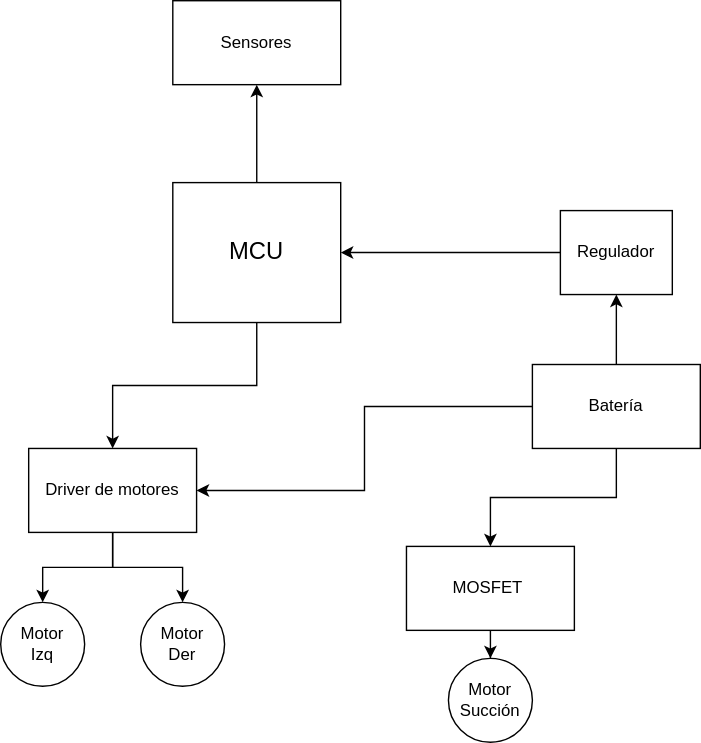
This is Hardware/Arquitectura Proyecto.svg from pajagua/robot-aspirador-inteligente, a draw.io export, as it was before one commit. Source tidied: cells renumbered, new cells last; positions are measured from the earlier drawing's top-left corner, leaving out a move shared by most shapes.
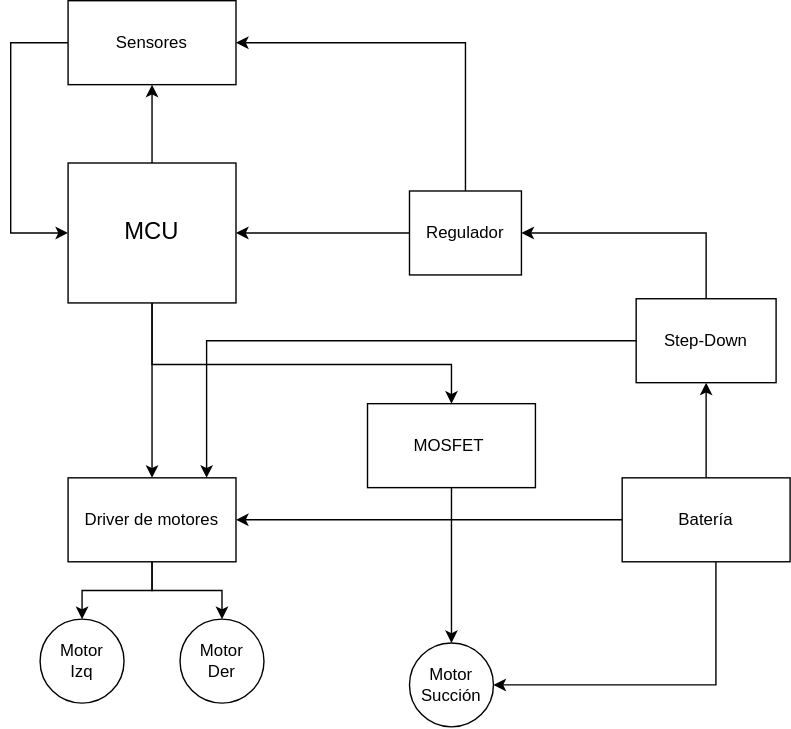
After the commit.

What changed in the source:
```diff
@@ -8,11 +8,27 @@
     <mxCell id="3" style="edgeStyle=orthogonalEdgeStyle;rounded=0;jettySize=auto;html=1;" parent="1" edge="1" source="4" target="5">
       <mxGeometry relative="1" as="geometry" />
     </mxCell>
+    <mxCell id="21" style="edgeStyle=orthogonalEdgeStyle;rounded=0;jettySize=auto;html=1;entryX=0.5;entryY=0;entryDx=0;entryDy=0;" parent="1" edge="1" source="4" target="18">
+      <mxGeometry relative="1" as="geometry">
+        <Array as="points">
+          <mxPoint x="-104" y="238" />
+          <mxPoint x="110" y="238" />
+        </Array>
+      </mxGeometry>
+    </mxCell>
     <mxCell id="4" value="&lt;font style=&quot;font-size: 17px;&quot;&gt;MCU&lt;/font&gt;" style="whiteSpace=wrap;html=1;imageAspect=0;strokeColor=default;imageHeight=24;" parent="1" vertex="1">
-      <mxGeometry x="123" y="130" width="120" height="100" as="geometry" />
+      <mxGeometry x="-164" y="94" width="120" height="100" as="geometry" />
     </mxCell>
+    <mxCell id="22" style="edgeStyle=orthogonalEdgeStyle;rounded=0;jettySize=auto;html=1;entryX=0;entryY=0.5;entryDx=0;entryDy=0;exitX=0;exitY=0.5;exitDx=0;exitDy=0;" parent="1" edge="1" source="5" target="4">
+      <mxGeometry relative="1" as="geometry">
+        <Array as="points">
+          <mxPoint x="-205" y="8" />
+          <mxPoint x="-205" y="144" />
+        </Array>
+      </mxGeometry>
+    </mxCell>
     <mxCell id="5" value="Sensores" style="rounded=0;whiteSpace=wrap;html=1;" parent="1" vertex="1">
-      <mxGeometry x="123" width="120" height="60" as="geometry" />
+      <mxGeometry x="-164" y="-22" width="120" height="60" as="geometry" />
     </mxCell>
     <mxCell id="6" style="edgeStyle=orthogonalEdgeStyle;rounded=0;jettySize=auto;html=1;entryX=0.5;entryY=0;entryDx=0;entryDy=0;" parent="1" edge="1" source="8" target="9">
       <mxGeometry relative="1" as="geometry" />
@@ -21,45 +37,61 @@
       <mxGeometry relative="1" as="geometry" />
     </mxCell>
     <mxCell id="8" value="Driver de motores" style="rounded=0;whiteSpace=wrap;html=1;" parent="1" vertex="1">
-      <mxGeometry x="20" y="320" width="120" height="60" as="geometry" />
+      <mxGeometry x="-164" y="319" width="120" height="60" as="geometry" />
     </mxCell>
     <mxCell id="9" value="Motor&lt;div&gt;Izq&lt;/div&gt;" style="ellipse;whiteSpace=wrap;html=1;" parent="1" vertex="1">
-      <mxGeometry y="430" width="60" height="60" as="geometry" />
+      <mxGeometry x="-184" y="420" width="60" height="60" as="geometry" />
     </mxCell>
     <mxCell id="10" style="edgeStyle=orthogonalEdgeStyle;rounded=0;jettySize=auto;html=1;exitX=0;exitY=1;exitDx=0;exitDy=0;" parent="1" edge="1" source="11">
       <mxGeometry relative="1" as="geometry">
-        <mxPoint x="130" y="481" as="targetPoint" />
+        <mxPoint x="-54" y="471" as="targetPoint" />
       </mxGeometry>
     </mxCell>
     <mxCell id="11" value="Motor&lt;div&gt;Der&lt;/div&gt;" style="ellipse;whiteSpace=wrap;html=1;" parent="1" vertex="1">
-      <mxGeometry x="100" y="430" width="60" height="60" as="geometry" />
+      <mxGeometry x="-84" y="420" width="60" height="60" as="geometry" />
     </mxCell>
     <mxCell id="12" value="Motor&lt;div&gt;Succión&lt;/div&gt;" style="ellipse;whiteSpace=wrap;html=1;" parent="1" vertex="1">
-      <mxGeometry x="320" y="470" width="60" height="60" as="geometry" />
+      <mxGeometry x="80" y="437" width="60" height="60" as="geometry" />
     </mxCell>
-    <mxCell id="13" style="edgeStyle=orthogonalEdgeStyle;rounded=0;jettySize=auto;html=1;entryX=0.5;entryY=0;entryDx=0;entryDy=0;" parent="1" edge="1" source="16" target="18">
-      <mxGeometry relative="1" as="geometry" />
-    </mxCell>
+    <mxCell id="23" style="edgeStyle=orthogonalEdgeStyle;rounded=0;jettySize=auto;html=1;" parent="1" edge="1" source="16" target="28">
+      <mxGeometry relative="1" as="geometry" />
+    </mxCell>
     <mxCell id="14" style="edgeStyle=orthogonalEdgeStyle;rounded=0;jettySize=auto;html=1;entryX=1;entryY=0.5;entryDx=0;entryDy=0;" parent="1" edge="1" source="16" target="8">
       <mxGeometry relative="1" as="geometry" />
     </mxCell>
-    <mxCell id="15" style="edgeStyle=orthogonalEdgeStyle;rounded=0;jettySize=auto;html=1;entryX=0.5;entryY=1;entryDx=0;entryDy=0;" parent="1" edge="1" source="16" target="20">
-      <mxGeometry relative="1" as="geometry" />
-    </mxCell>
+    <mxCell id="24" style="edgeStyle=orthogonalEdgeStyle;rounded=0;jettySize=auto;html=1;entryX=1;entryY=0.5;entryDx=0;entryDy=0;" parent="1" edge="1" source="16" target="12">
+      <mxGeometry relative="1" as="geometry">
+        <Array as="points">
+          <mxPoint x="299" y="467" />
+        </Array>
+      </mxGeometry>
+    </mxCell>
     <mxCell id="16" value="Batería" style="rounded=0;whiteSpace=wrap;html=1;" parent="1" vertex="1">
-      <mxGeometry x="380" y="260" width="120" height="60" as="geometry" />
+      <mxGeometry x="232" y="319" width="120" height="60" as="geometry" />
     </mxCell>
     <mxCell id="17" style="edgeStyle=orthogonalEdgeStyle;rounded=0;jettySize=auto;html=1;" parent="1" edge="1" source="18" target="12">
       <mxGeometry relative="1" as="geometry" />
     </mxCell>
     <mxCell id="18" value="MOSFET&amp;nbsp;" style="rounded=0;whiteSpace=wrap;html=1;" parent="1" vertex="1">
-      <mxGeometry x="290" y="390" width="120" height="60" as="geometry" />
+      <mxGeometry x="50" y="266" width="120" height="60" as="geometry" />
     </mxCell>
     <mxCell id="19" style="edgeStyle=orthogonalEdgeStyle;rounded=0;jettySize=auto;html=1;entryX=1;entryY=0.5;entryDx=0;entryDy=0;" parent="1" edge="1" source="20" target="4">
       <mxGeometry relative="1" as="geometry" />
     </mxCell>
+    <mxCell id="25" style="edgeStyle=orthogonalEdgeStyle;rounded=0;jettySize=auto;html=1;entryX=1;entryY=0.5;entryDx=0;entryDy=0;exitX=0.5;exitY=0;exitDx=0;exitDy=0;" parent="1" edge="1" source="20" target="5">
+      <mxGeometry relative="1" as="geometry" />
+    </mxCell>
     <mxCell id="20" value="Regulador" style="rounded=0;whiteSpace=wrap;html=1;" parent="1" vertex="1">
-      <mxGeometry x="400" y="150" width="80" height="60" as="geometry" />
+      <mxGeometry x="80" y="114" width="80" height="60" as="geometry" />
     </mxCell>
+    <mxCell id="26" style="edgeStyle=orthogonalEdgeStyle;rounded=0;jettySize=auto;html=1;exitX=0.5;exitY=0;exitDx=0;exitDy=0;entryX=1;entryY=0.5;entryDx=0;entryDy=0;" parent="1" edge="1" source="28" target="20">
+      <mxGeometry relative="1" as="geometry" />
+    </mxCell>
+    <mxCell id="27" style="edgeStyle=orthogonalEdgeStyle;rounded=0;jettySize=auto;html=1;entryX=0.825;entryY=0;entryDx=0;entryDy=0;entryPerimeter=0;" parent="1" edge="1" source="28" target="8">
+      <mxGeometry relative="1" as="geometry" />
+    </mxCell>
+    <mxCell id="28" value="Step-Down" style="rounded=0;whiteSpace=wrap;html=1;" parent="1" vertex="1">
+      <mxGeometry x="242" y="191" width="100" height="60" as="geometry" />
+    </mxCell>
   </root>
 </mxGraphModel>
```
